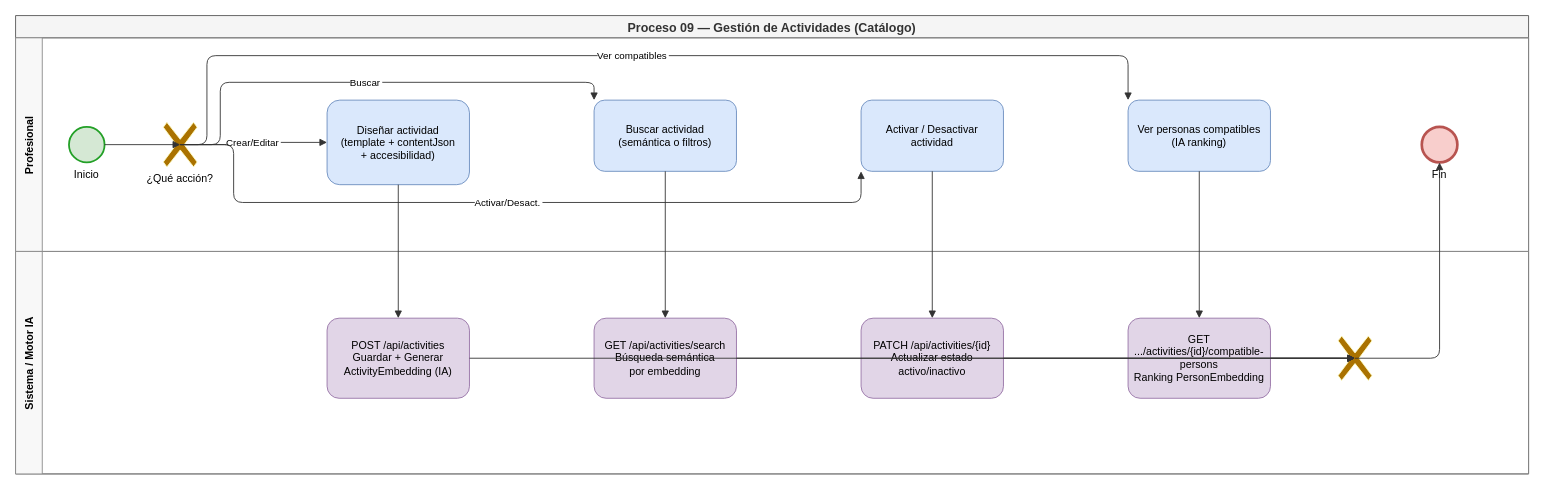
Above: Process/BPMN/09-gestion-actividades.drawio in Sacha-html/InclusiON (draw.io), before the change. Source tidied: cells renumbered, new cells numbered last; positions are measured from the earlier drawing's top-left corner, leaving out a move shared by most shapes. Both pictures are drawn from the tidied source at 89%, with x=0, y=0 at pixel (15, 15).
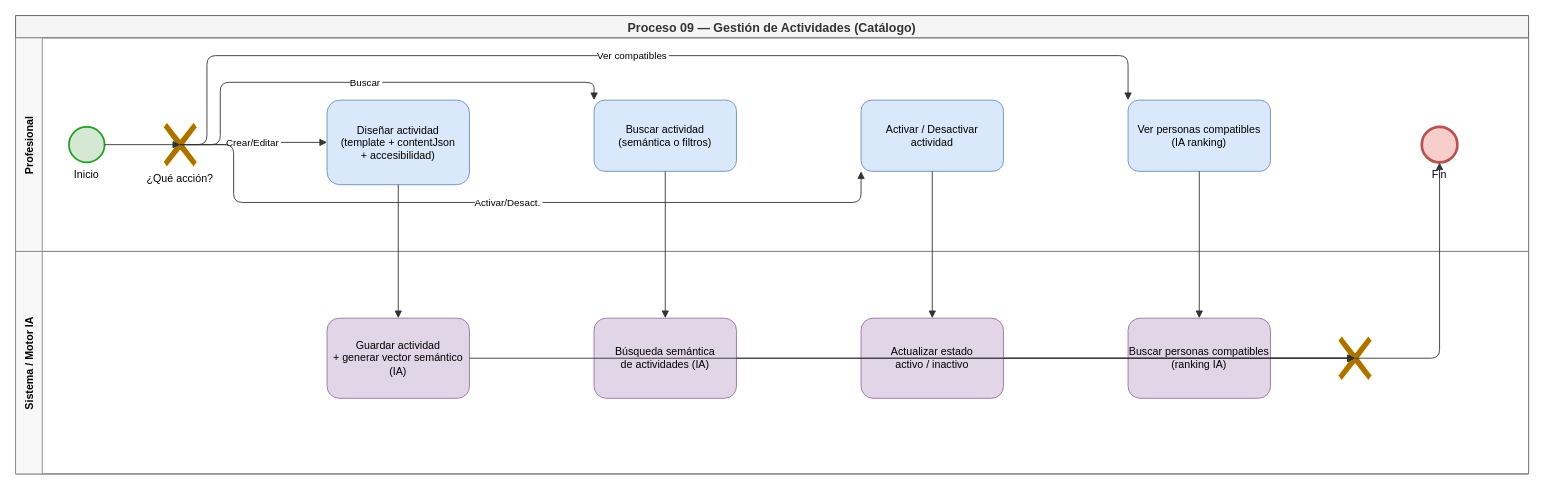
After the change.

Unchanged cells that the change refers to:
```xml
<mxCell id="4" value="Sistema / Motor IA" style="swimlane;startSize=30;horizontal=0;fillColor=#f8f8f8;strokeColor=#888888;fontStyle=1;fontSize=12;" parent="2" vertex="1">
  <mxGeometry y="265" width="1700" height="250" as="geometry" />
</mxCell>
```

What changed in the source:
```diff
@@
-    <mxCell id="12" value="POST /api/activities&#10;Guardar + Generar&#10;ActivityEmbedding (IA)" style="rounded=1;whiteSpace=wrap;html=1;verticalAlign=middle;fillColor=#e1d5e7;strokeColor=#9673a6;fontSize=12;align=center;" parent="4" vertex="1">
+    <mxCell id="12" value="Guardar actividad&#10;+ generar vector semántico (IA)" style="rounded=1;whiteSpace=wrap;html=1;verticalAlign=middle;fillColor=#e1d5e7;strokeColor=#9673a6;fontSize=12;align=center;" parent="4" vertex="1">
       <mxGeometry x="350" y="75" width="160" height="90" as="geometry" />
     </mxCell>
-    <mxCell id="13" value="GET /api/activities/search&#10;Búsqueda semántica&#10;por embedding" style="rounded=1;whiteSpace=wrap;html=1;verticalAlign=middle;fillColor=#e1d5e7;strokeColor=#9673a6;fontSize=12;align=center;" parent="4" vertex="1">
+    <mxCell id="13" value="Búsqueda semántica&#10;de actividades (IA)" style="rounded=1;whiteSpace=wrap;html=1;verticalAlign=middle;fillColor=#e1d5e7;strokeColor=#9673a6;fontSize=12;align=center;" parent="4" vertex="1">
       <mxGeometry x="650" y="75" width="160" height="90" as="geometry" />
     </mxCell>
-    <mxCell id="14" value="PATCH /api/activities/{id}&#10;Actualizar estado&#10;activo/inactivo" style="rounded=1;whiteSpace=wrap;html=1;verticalAlign=middle;fillColor=#e1d5e7;strokeColor=#9673a6;fontSize=12;align=center;" parent="4" vertex="1">
+    <mxCell id="14" value="Actualizar estado&#10;activo / inactivo" style="rounded=1;whiteSpace=wrap;html=1;verticalAlign=middle;fillColor=#e1d5e7;strokeColor=#9673a6;fontSize=12;align=center;" parent="4" vertex="1">
       <mxGeometry x="950" y="75" width="160" height="90" as="geometry" />
     </mxCell>
-    <mxCell id="15" value="GET .../activities/{id}/compatible-persons&#10;Ranking PersonEmbedding" style="rounded=1;whiteSpace=wrap;html=1;verticalAlign=middle;fillColor=#e1d5e7;strokeColor=#9673a6;fontSize=12;align=center;" parent="4" vertex="1">
+    <mxCell id="15" value="Buscar personas compatibles&#10;(ranking IA)" style="rounded=1;whiteSpace=wrap;html=1;verticalAlign=middle;fillColor=#e1d5e7;strokeColor=#9673a6;fontSize=12;align=center;" parent="4" vertex="1">
       <mxGeometry x="1250" y="75" width="160" height="90" as="geometry" />
     </mxCell>
```
